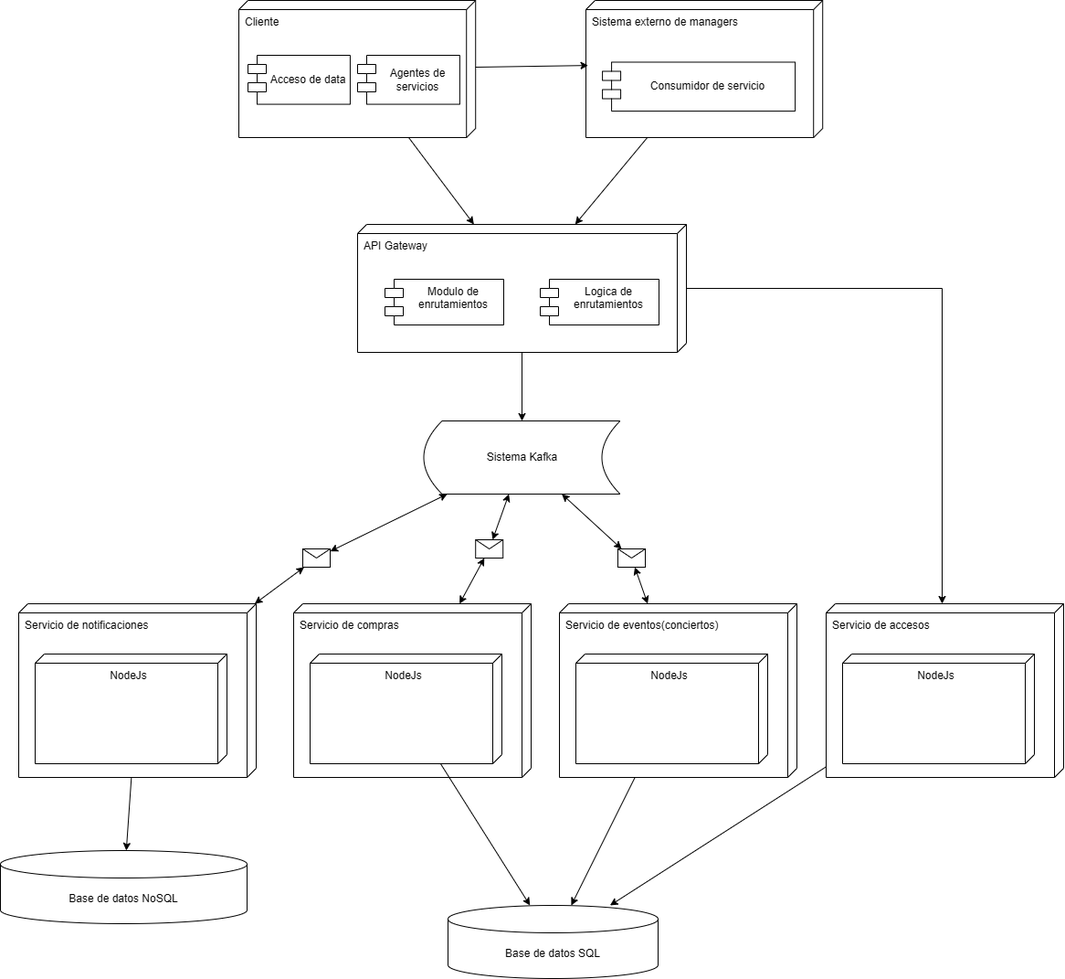
Earlier version of the draw.io export s01-Grupo3-MusicFest/Proyecto/Imagenes/Diagramas_iteraciones-Arquitectura de microservicios.drawio.png (ulima-arqui241/grupo03). Source tidied: cells renumbered, new cells last; positions are measured from the earlier drawing's top-left corner, leaving out a move shared by most shapes.
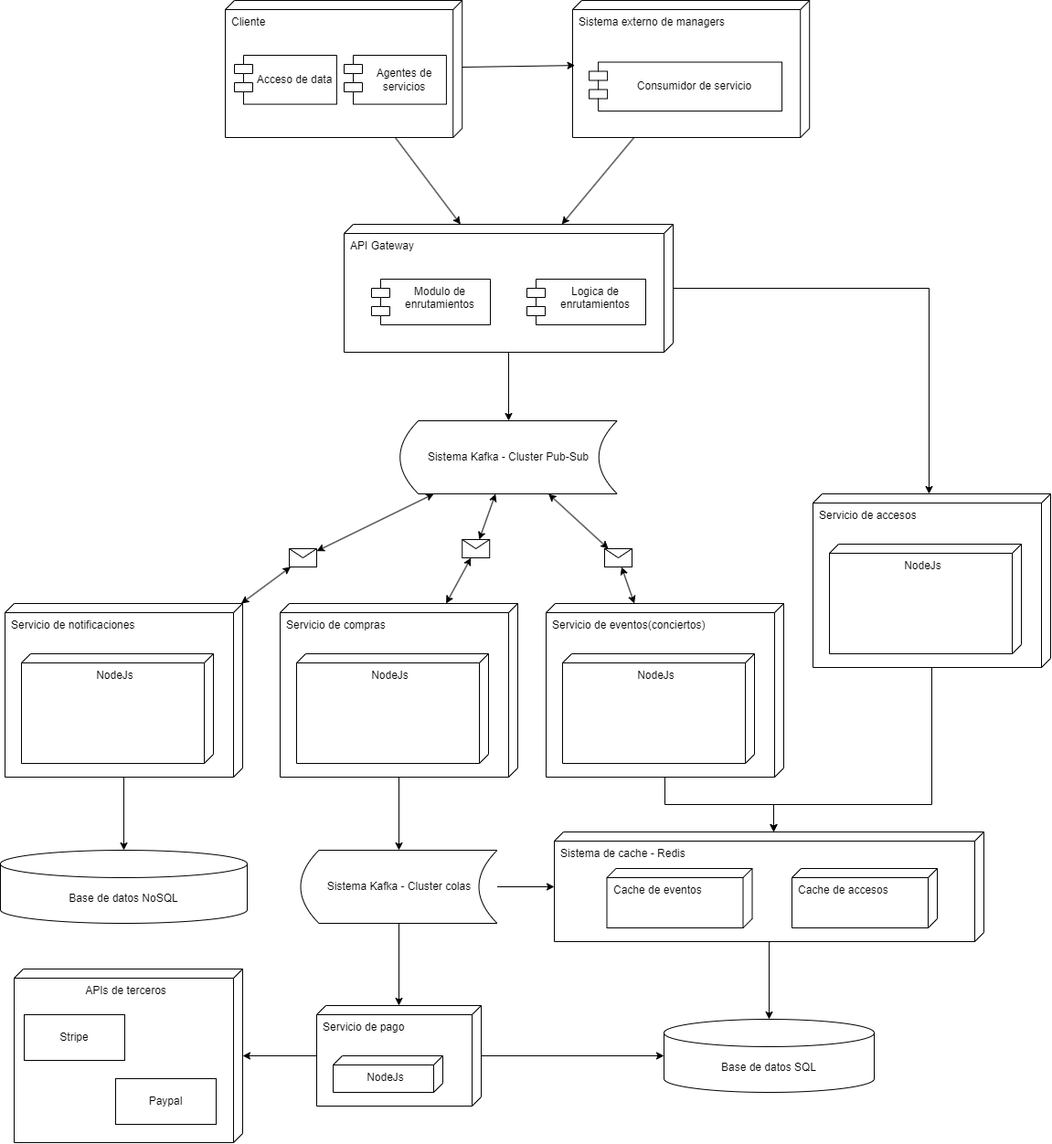
The same file after the commit.

Commit message:
modificacion de los diagramas

Change to the diagram source:
```diff
@@ -44,6 +44,9 @@
     <mxCell id="15" style="rounded=0;jettySize=auto;html=1;" parent="1" edge="1" source="3" target="11">
       <mxGeometry relative="1" as="geometry" />
     </mxCell>
+    <mxCell id="42" style="edgeStyle=orthogonalEdgeStyle;rounded=0;jettySize=auto;html=1;" parent="1" edge="1" source="16" target="47">
+      <mxGeometry relative="1" as="geometry" />
+    </mxCell>
     <mxCell id="16" value="Servicio de compras" style="verticalAlign=top;align=left;shape=cube;size=10;direction=south;fontStyle=0;html=1;boundedLbl=1;spacingLeft=5;whiteSpace=wrap;" parent="1" vertex="1">
       <mxGeometry x="321" y="660" width="260" height="190" as="geometry" />
     </mxCell>
@@ -52,6 +55,14 @@
         <mxPoint x="18" y="55" as="offset" />
       </mxGeometry>
     </mxCell>
+    <mxCell id="43" style="edgeStyle=orthogonalEdgeStyle;rounded=0;jettySize=auto;html=1;" parent="1" edge="1" source="18" target="49">
+      <mxGeometry relative="1" as="geometry">
+        <Array as="points">
+          <mxPoint x="742" y="880" />
+          <mxPoint x="861" y="880" />
+        </Array>
+      </mxGeometry>
+    </mxCell>
     <mxCell id="18" value="Servicio de eventos(conciertos)" style="verticalAlign=top;align=left;shape=cube;size=10;direction=south;fontStyle=0;html=1;boundedLbl=1;spacingLeft=5;whiteSpace=wrap;" parent="1" vertex="1">
       <mxGeometry x="612" y="660" width="260" height="190" as="geometry" />
     </mxCell>
@@ -80,14 +91,19 @@
     <mxCell id="25" style="rounded=0;jettySize=auto;html=1;endArrow=classic;endFill=1;startArrow=classic;startFill=1;" parent="1" edge="1" source="36" target="21">
       <mxGeometry relative="1" as="geometry" />
     </mxCell>
-    <mxCell id="26" value="Sistema Kafka" style="shape=dataStorage;whiteSpace=wrap;html=1;fixedSize=1;" parent="1" vertex="1">
-      <mxGeometry x="463.5" y="460" width="215" height="80" as="geometry" />
+    <mxCell id="26" value="Sistema Kafka - Cluster Pub-Sub" style="shape=dataStorage;whiteSpace=wrap;html=1;fixedSize=1;" parent="1" vertex="1">
+      <mxGeometry x="452.2" y="460" width="237.5" height="80" as="geometry" />
     </mxCell>
-    <mxCell id="27" style="rounded=0;jettySize=auto;html=1;" parent="1" edge="1" source="28" target="37">
-      <mxGeometry relative="1" as="geometry" />
-    </mxCell>
+    <mxCell id="44" style="edgeStyle=orthogonalEdgeStyle;rounded=0;jettySize=auto;html=1;" parent="1" edge="1" source="28" target="49">
+      <mxGeometry relative="1" as="geometry">
+        <Array as="points">
+          <mxPoint x="1034" y="880" />
+          <mxPoint x="861" y="880" />
+        </Array>
+      </mxGeometry>
+    </mxCell>
     <mxCell id="28" value="Servicio de accesos" style="verticalAlign=top;align=left;shape=cube;size=10;direction=south;fontStyle=0;html=1;boundedLbl=1;spacingLeft=5;whiteSpace=wrap;" parent="1" vertex="1">
-      <mxGeometry x="904" y="660" width="260" height="190" as="geometry" />
+      <mxGeometry x="904" y="540" width="260" height="190" as="geometry" />
     </mxCell>
     <mxCell id="29" value="NodeJs" style="verticalAlign=top;align=center;shape=cube;size=10;direction=south;html=1;boundedLbl=1;spacingLeft=5;whiteSpace=wrap;" parent="28" vertex="1">
       <mxGeometry width="210" height="120" relative="1" as="geometry">
@@ -116,16 +132,10 @@
       <mxGeometry x="331" y="600" width="30" height="20" as="geometry" />
     </mxCell>
     <mxCell id="37" value="Base de datos SQL" style="shape=cylinder3;whiteSpace=wrap;html=1;boundedLbl=1;backgroundOutline=1;size=15;" parent="1" vertex="1">
-      <mxGeometry x="490" y="990" width="230" height="80" as="geometry" />
+      <mxGeometry x="741" y="1115" width="230" height="80" as="geometry" />
     </mxCell>
-    <mxCell id="38" style="rounded=0;jettySize=auto;html=1;" parent="1" edge="1" source="17" target="37">
-      <mxGeometry relative="1" as="geometry" />
-    </mxCell>
-    <mxCell id="39" style="rounded=0;jettySize=auto;html=1;" parent="1" edge="1" source="18" target="37">
-      <mxGeometry relative="1" as="geometry" />
-    </mxCell>
     <mxCell id="40" value="Base de datos NoSQL" style="shape=cylinder3;whiteSpace=wrap;html=1;boundedLbl=1;backgroundOutline=1;size=15;" parent="1" vertex="1">
-      <mxGeometry y="930" width="270" height="80" as="geometry" />
+      <mxGeometry x="15" y="930" width="270" height="80" as="geometry" />
     </mxCell>
     <mxCell id="41" style="edgeStyle=orthogonalEdgeStyle;rounded=0;jettySize=auto;html=1;" parent="1" edge="1" source="11" target="28">
       <mxGeometry relative="1" as="geometry">
@@ -134,5 +144,52 @@
         </Array>
       </mxGeometry>
     </mxCell>
+    <mxCell id="45" style="edgeStyle=orthogonalEdgeStyle;rounded=0;jettySize=auto;html=1;" parent="1" edge="1" source="47" target="49">
+      <mxGeometry relative="1" as="geometry" />
+    </mxCell>
+    <mxCell id="46" style="edgeStyle=orthogonalEdgeStyle;rounded=0;jettySize=auto;html=1;" parent="1" edge="1" source="47" target="55">
+      <mxGeometry relative="1" as="geometry" />
+    </mxCell>
+    <mxCell id="47" value="Sistema Kafka - Cluster colas" style="shape=dataStorage;whiteSpace=wrap;html=1;fixedSize=1;" parent="1" vertex="1">
+      <mxGeometry x="343.5" y="930" width="215" height="80" as="geometry" />
+    </mxCell>
+    <mxCell id="48" style="group;" parent="1" vertex="1">
+      <mxGeometry x="621" y="910" width="470" height="120" as="geometry" />
+    </mxCell>
+    <mxCell id="49" value="Sistema de cache - Redis" style="verticalAlign=top;align=left;shape=cube;size=10;direction=south;fontStyle=0;html=1;boundedLbl=1;spacingLeft=5;whiteSpace=wrap;" parent="48" vertex="1">
+      <mxGeometry width="470" height="120" as="geometry" />
+    </mxCell>
+    <mxCell id="50" value="Cache de eventos" style="verticalAlign=top;align=left;shape=cube;size=10;direction=south;fontStyle=0;html=1;boundedLbl=1;spacingLeft=5;whiteSpace=wrap;" parent="48" vertex="1">
+      <mxGeometry x="57.5" y="40" width="159" height="65" as="geometry" />
+    </mxCell>
+    <mxCell id="51" value="Cache de accesos" style="verticalAlign=top;align=left;shape=cube;size=10;direction=south;fontStyle=0;html=1;boundedLbl=1;spacingLeft=5;whiteSpace=wrap;" parent="48" vertex="1">
+      <mxGeometry x="260" y="40" width="159" height="65" as="geometry" />
+    </mxCell>
+    <mxCell id="52" style="edgeStyle=orthogonalEdgeStyle;rounded=0;jettySize=auto;html=1;" parent="1" edge="1" source="49" target="37">
+      <mxGeometry relative="1" as="geometry" />
+    </mxCell>
+    <mxCell id="53" style="edgeStyle=orthogonalEdgeStyle;rounded=0;jettySize=auto;html=1;" parent="1" edge="1" source="55" target="37">
+      <mxGeometry relative="1" as="geometry" />
+    </mxCell>
+    <mxCell id="54" style="edgeStyle=orthogonalEdgeStyle;rounded=0;jettySize=auto;html=1;" parent="1" edge="1" source="55" target="57">
+      <mxGeometry relative="1" as="geometry" />
+    </mxCell>
+    <mxCell id="55" value="Servicio de pago" style="verticalAlign=top;align=left;shape=cube;size=10;direction=south;fontStyle=0;html=1;boundedLbl=1;spacingLeft=5;whiteSpace=wrap;" parent="1" vertex="1">
+      <mxGeometry x="361" y="1100" width="180" height="110" as="geometry" />
+    </mxCell>
+    <mxCell id="56" value="NodeJs" style="verticalAlign=top;align=center;shape=cube;size=10;direction=south;html=1;boundedLbl=1;spacingLeft=5;whiteSpace=wrap;" parent="55" vertex="1">
+      <mxGeometry width="120" height="40" relative="1" as="geometry">
+        <mxPoint x="18" y="55" as="offset" />
+      </mxGeometry>
+    </mxCell>
+    <mxCell id="57" value="APIs de terceros" style="verticalAlign=top;align=center;shape=cube;size=10;direction=south;html=1;boundedLbl=1;spacingLeft=5;whiteSpace=wrap;" parent="1" vertex="1">
+      <mxGeometry x="30" y="1060" width="250" height="190" as="geometry" />
+    </mxCell>
+    <mxCell id="58" value="Stripe" style="html=1;whiteSpace=wrap;" parent="1" vertex="1">
+      <mxGeometry x="41" y="1110" width="110" height="50" as="geometry" />
+    </mxCell>
+    <mxCell id="59" value="Paypal" style="html=1;whiteSpace=wrap;" parent="1" vertex="1">
+      <mxGeometry x="141" y="1180" width="110" height="50" as="geometry" />
+    </mxCell>
   </root>
 </mxGraphModel>
```
